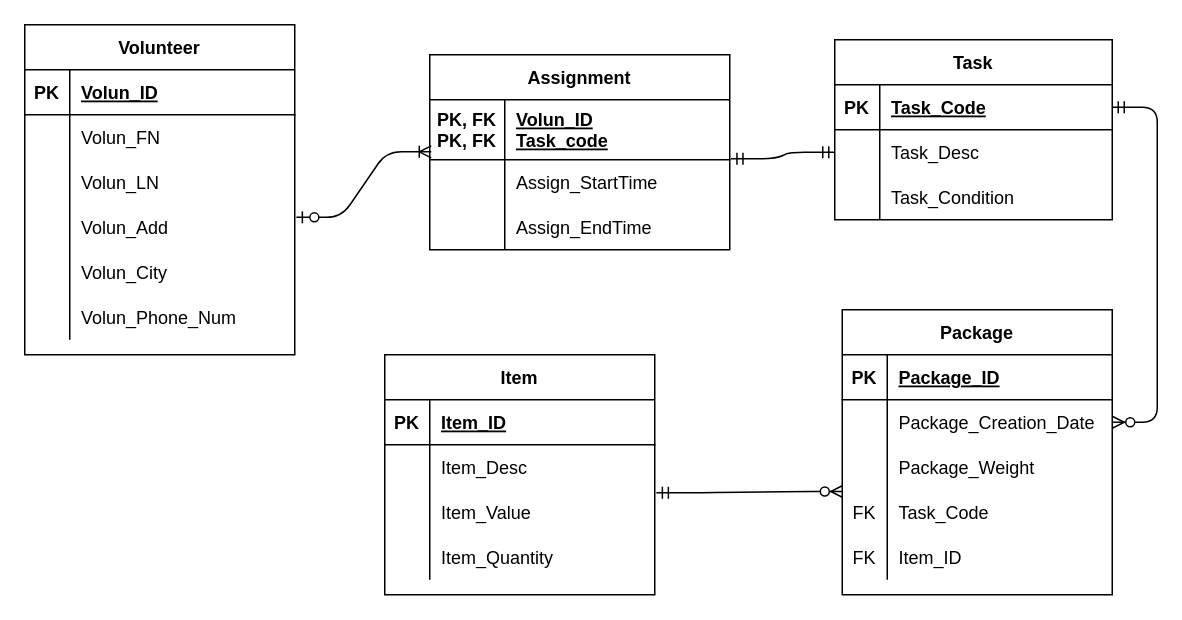
This is Untitled Diagram.drawio from Tracey1217/Database-ERD-Team-Project, a draw.io file, before an edit. Source tidied: cells renumbered, new cells numbered last; positions are measured from the earlier drawing's top-left corner, leaving out a move shared by most shapes. Both pictures are drawn from the tidied source at 150%, with x=0, y=0 at pixel (24, 24).
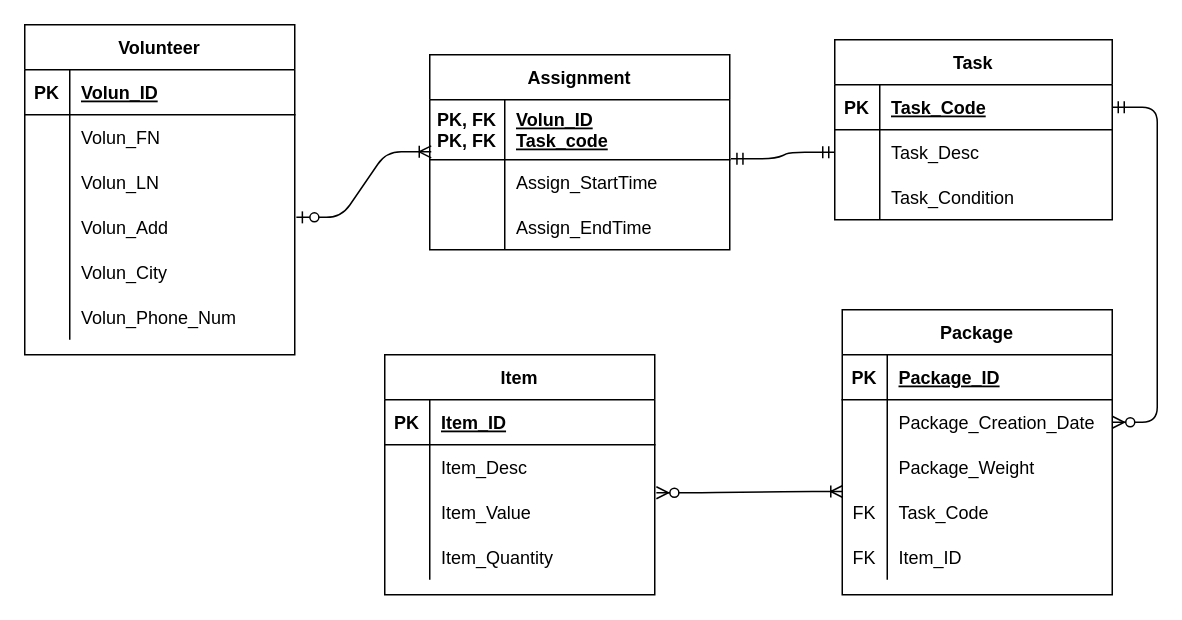
Above is the later version.

Unchanged cells that the change refers to:
```xml
<mxCell id="41" style="shape=partialRectangle;fillColor=none;top=0;left=0;bottom=0;right=0;points=[[0,0.5],[1,0.5]];portConstraint=eastwest;" parent="31" vertex="1">
  <mxGeometry y="120" width="180" height="30" as="geometry" />
</mxCell>
<mxCell id="51" style="shape=partialRectangle;fillColor=none;top=0;left=0;bottom=0;right=0;points=[[0,0.5],[1,0.5]];portConstraint=eastwest;" parent="47" vertex="1">
  <mxGeometry y="60" width="180" height="30" as="geometry" />
</mxCell>
```

Change to the diagram source:
```diff
@@
-    <mxCell id="73" style="edgeStyle=entityRelationEdgeStyle;fontSize=12;html=1;endArrow=ERzeroToMany;startArrow=ERmandOne;exitX=1.006;exitY=1.067;exitDx=0;exitDy=0;exitPerimeter=0;entryX=0.002;entryY=0.039;entryDx=0;entryDy=0;entryPerimeter=0;" parent="1" edge="1" source="51" target="41">
+    <mxCell id="73" style="edgeStyle=entityRelationEdgeStyle;fontSize=12;html=1;endArrow=ERoneToMany;startArrow=ERzeroToMany;exitX=1.006;exitY=1.067;exitDx=0;exitDy=0;exitPerimeter=0;entryX=0.002;entryY=0.039;entryDx=0;entryDy=0;entryPerimeter=0;startFill=1;endFill=0;" parent="1" edge="1" source="51" target="41">
       <mxGeometry relative="1" as="geometry" />
     </mxCell>
```
